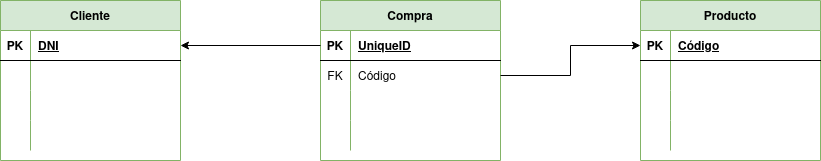
Earlier version of the draw.io export TAREAS/Tarea7/IMG/MR3.drawio.png (samugd17/base-datos-bae-). Source tidied: cells renumbered, new cells last; positions are measured from the earlier drawing's top-left corner, leaving out a move shared by most shapes.
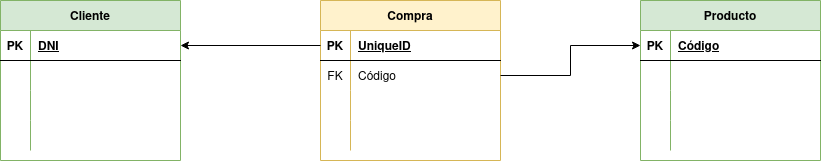
Later version of the same file.

Diff of the diagram source:
```diff
@@ -41,7 +41,7 @@
     <mxCell id="14" style="shape=partialRectangle;fillColor=none;top=0;left=0;bottom=0;right=0;align=left;spacingLeft=6;overflow=hidden;" parent="12" vertex="1">
       <mxGeometry x="30" width="150" height="30" as="geometry" />
     </mxCell>
-    <mxCell id="15" value="Compra" style="shape=table;startSize=30;rowLines=0;fontStyle=1;align=center;fillColor=#d5e8d4;strokeColor=#82b366;" parent="1" vertex="1">
+    <mxCell id="15" value="Compra" style="shape=table;startSize=30;rowLines=0;fontStyle=1;align=center;fillColor=#fff2cc;strokeColor=#d6b656;" parent="1" vertex="1">
       <mxGeometry x="320" width="180" height="160" as="geometry" />
     </mxCell>
     <mxCell id="16" style="shape=tableRow;horizontal=0;startSize=0;swimlaneHead=0;swimlaneBody=0;fillColor=none;points=[[0,0.5],[1,0.5]];portConstraint=eastwest;top=0;left=0;right=0;bottom=1;" parent="15" vertex="1">
```
